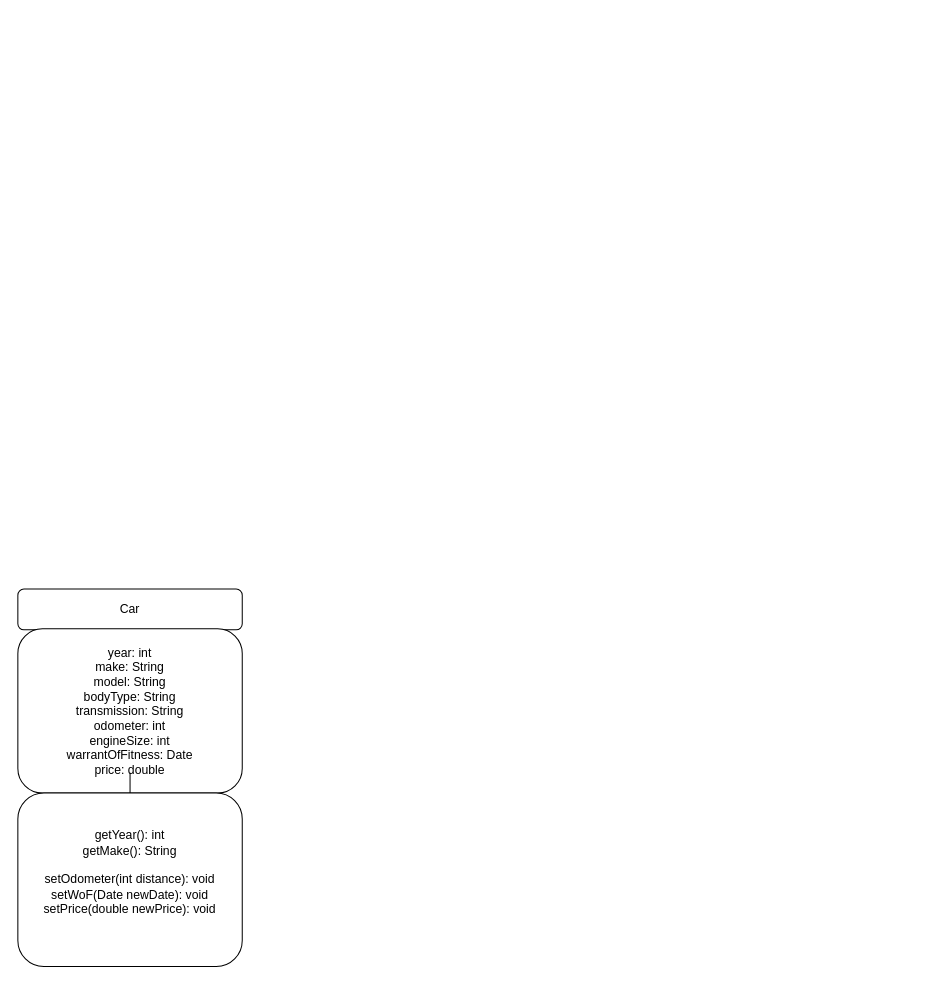
The draw.io diagram Untitled Diagram.drawio in ben-porteous/CompSci718-Miscellaneous, before the edit. Source tidied: cells renumbered, new cells numbered last; positions are measured from the earlier drawing's top-left corner, leaving out a move shared by most shapes. Both pictures are drawn from the tidied source at 102%, with x=0, y=0 at pixel (17, 589).
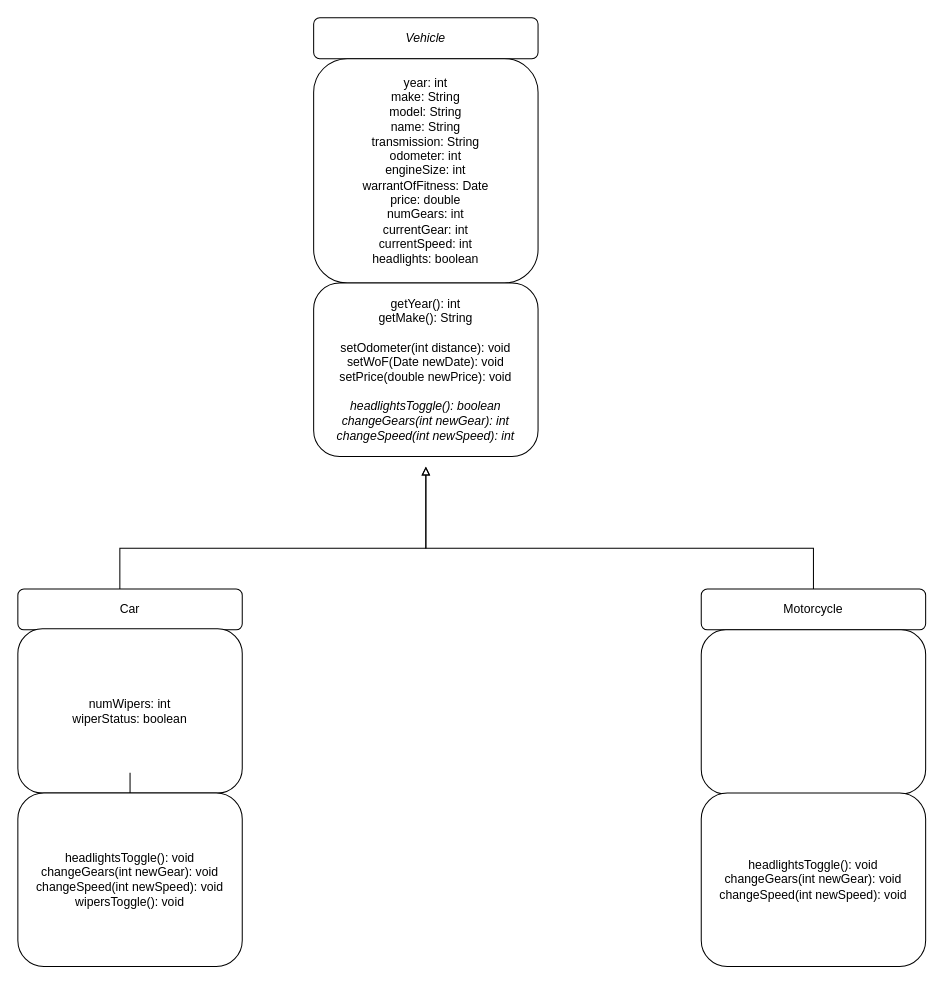
After the change.

The edit, as a diff of the source:
```diff
@@
 <mxGraphModel>
   <root>
     <mxCell id="0" />
     <mxCell id="1" parent="0" />
     <mxCell id="2" value="Car" style="rounded=1;whiteSpace=wrap;html=1;" parent="1" vertex="1">
       <mxGeometry width="220" height="40" as="geometry" />
     </mxCell>
-    <mxCell id="3" value="year: int&lt;div&gt;make: String&lt;/div&gt;&lt;div&gt;model: String&lt;/div&gt;&lt;div&gt;bodyType: String&lt;/div&gt;&lt;div&gt;transmission: String&lt;/div&gt;&lt;div&gt;odometer: int&lt;/div&gt;&lt;div&gt;engineSize: int&lt;/div&gt;&lt;div&gt;warrantOfFitness: Date&lt;/div&gt;&lt;div&gt;price: double&lt;/div&gt;" style="rounded=1;whiteSpace=wrap;html=1;" parent="1" vertex="1">
+    <mxCell id="3" value="numWipers: int&lt;div&gt;wiperStatus: boolean&lt;/div&gt;" style="rounded=1;whiteSpace=wrap;html=1;" parent="1" vertex="1">
       <mxGeometry y="39" width="220" height="161" as="geometry" />
     </mxCell>
     <mxCell id="4" style="edgeStyle=orthogonalEdgeStyle;rounded=0;jettySize=auto;html=1;" parent="1" edge="1" source="5" target="3">
       <mxGeometry relative="1" as="geometry" />
     </mxCell>
-    <mxCell id="5" value="&lt;div&gt;getYear(): int&lt;/div&gt;&lt;div&gt;getMake(): String&lt;/div&gt;&lt;div&gt;&lt;br&gt;&lt;/div&gt;setOdometer(int distance): void&lt;div&gt;setWoF(Date newDate): void&lt;/div&gt;&lt;div&gt;setPrice(double newPrice): void&lt;br&gt;&lt;div&gt;&lt;br&gt;&lt;/div&gt;&lt;/div&gt;" style="rounded=1;whiteSpace=wrap;html=1;" parent="1" vertex="1">
+    <mxCell id="5" value="&lt;div&gt;&lt;div&gt;headlightsToggle(): void&lt;/div&gt;&lt;div&gt;changeGears(int newGear): void&lt;/div&gt;&lt;div&gt;changeSpeed(int newSpeed): void&lt;/div&gt;&lt;/div&gt;&lt;div&gt;wipersToggle(): void&lt;/div&gt;" style="rounded=1;whiteSpace=wrap;html=1;" parent="1" vertex="1">
       <mxGeometry y="200" width="220" height="170" as="geometry" />
     </mxCell>
+    <mxCell id="6" style="endArrow=block;html=1;rounded=0;endFill=0;" parent="1" edge="1">
+      <mxGeometry relative="1" as="geometry">
+        <mxPoint x="100" as="sourcePoint" />
+        <mxPoint x="400" y="-120" as="targetPoint" />
+        <Array as="points">
+          <mxPoint x="100" y="-40" />
+          <mxPoint x="400" y="-40" />
+        </Array>
+      </mxGeometry>
+    </mxCell>
+    <mxCell id="7" style="endArrow=block;html=1;rounded=0;endFill=0;" parent="1" edge="1">
+      <mxGeometry relative="1" as="geometry">
+        <mxPoint x="780" as="sourcePoint" />
+        <mxPoint x="400" y="-120" as="targetPoint" />
+        <Array as="points">
+          <mxPoint x="780" />
+          <mxPoint x="780" y="-40" />
+          <mxPoint x="400" y="-40" />
+        </Array>
+      </mxGeometry>
+    </mxCell>
+    <mxCell id="8" value="Motorcycle" style="rounded=1;whiteSpace=wrap;html=1;" parent="1" vertex="1">
+      <mxGeometry x="670" width="220" height="40" as="geometry" />
+    </mxCell>
+    <mxCell id="9" style="rounded=1;whiteSpace=wrap;html=1;" parent="1" vertex="1">
+      <mxGeometry x="670" y="40" width="220" height="161" as="geometry" />
+    </mxCell>
+    <mxCell id="10" value="&lt;div&gt;&lt;div&gt;headlightsToggle(): void&lt;br&gt;&lt;/div&gt;&lt;div&gt;changeGears(int newGear): void&lt;/div&gt;&lt;div&gt;changeSpeed(int newSpeed): void&lt;/div&gt;&lt;/div&gt;" style="rounded=1;whiteSpace=wrap;html=1;" parent="1" vertex="1">
+      <mxGeometry x="670" y="200" width="220" height="170" as="geometry" />
+    </mxCell>
+    <mxCell id="11" value="&lt;i&gt;Vehicle&lt;/i&gt;" style="rounded=1;whiteSpace=wrap;html=1;" parent="1" vertex="1">
+      <mxGeometry x="290" y="-560" width="220" height="40" as="geometry" />
+    </mxCell>
+    <mxCell id="12" value="year: int&lt;div&gt;&lt;div&gt;make: String&lt;/div&gt;&lt;div&gt;model: String&lt;/div&gt;&lt;div&gt;name: String&lt;/div&gt;&lt;div&gt;&lt;div&gt;transmission: String&lt;/div&gt;&lt;div&gt;odometer: int&lt;/div&gt;&lt;div&gt;engineSize: int&lt;/div&gt;&lt;div&gt;warrantOfFitness: Date&lt;/div&gt;&lt;div&gt;price: double&lt;/div&gt;&lt;/div&gt;&lt;div&gt;numGears: int&lt;/div&gt;&lt;div&gt;currentGear: int&lt;/div&gt;&lt;div&gt;currentSpeed: int&lt;/div&gt;&lt;/div&gt;&lt;div&gt;headlights: boolean&lt;/div&gt;" style="rounded=1;whiteSpace=wrap;html=1;" parent="1" vertex="1">
+      <mxGeometry x="290" y="-520" width="220" height="220" as="geometry" />
+    </mxCell>
+    <mxCell id="13" value="&lt;div&gt;&lt;div&gt;getYear(): int&lt;/div&gt;&lt;div&gt;getMake(): String&lt;/div&gt;&lt;div&gt;&lt;br&gt;&lt;/div&gt;setOdometer(int distance): void&lt;div&gt;setWoF(Date newDate): void&lt;/div&gt;&lt;div&gt;setPrice(double newPrice): void&lt;br&gt;&lt;/div&gt;&lt;/div&gt;&lt;div&gt;&lt;br&gt;&lt;/div&gt;&lt;div&gt;&lt;i&gt;headlightsToggle(): boolean&lt;/i&gt;&lt;/div&gt;&lt;div&gt;&lt;i&gt;changeGears(int newGear): int&lt;/i&gt;&lt;/div&gt;&lt;div&gt;&lt;i&gt;changeSpeed(int newSpeed): int&lt;/i&gt;&lt;/div&gt;" style="rounded=1;whiteSpace=wrap;html=1;" parent="1" vertex="1">
+      <mxGeometry x="290" y="-300" width="220" height="170" as="geometry" />
+    </mxCell>
   </root>
 </mxGraphModel>
```
